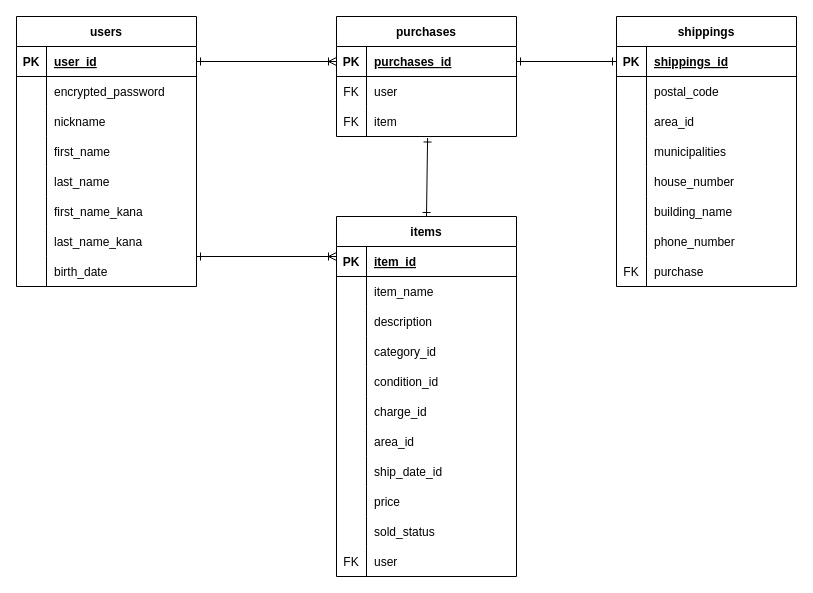
Earlier version of the draw.io diagram DB.dio (okazawayu/furima-38066). Source tidied: cells renumbered, new cells numbered last; positions are measured from the earlier drawing's top-left corner, leaving out a move shared by most shapes. Both pictures are drawn from the tidied source at 100%, with x=0, y=0 at pixel (16, 16).
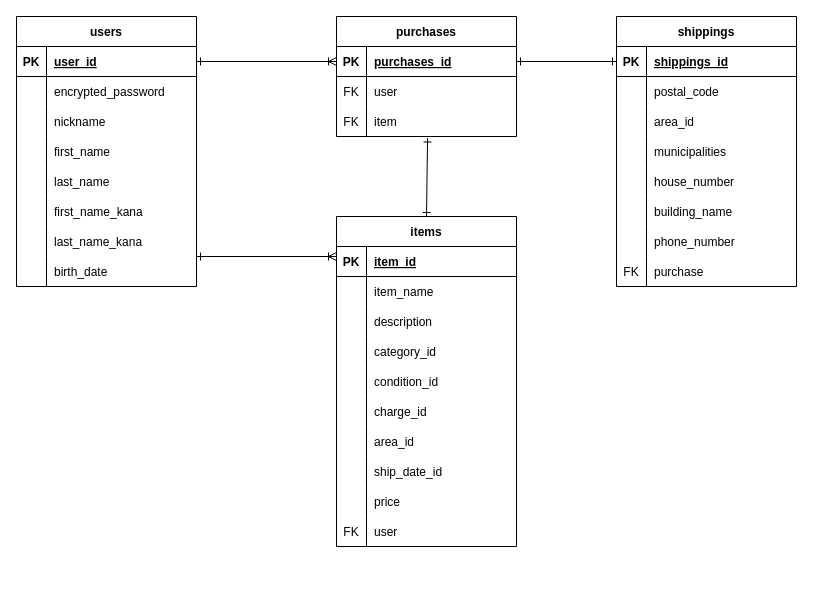
The same diagram, later.

The edit, as a diff of the source:
```diff
@@
     <mxCell id="12" value="items" style="shape=table;startSize=30;childLayout=tableLayout;rowLines=0;fontStyle=1;align=center;" parent="1" vertex="1">
-      <mxGeometry x="320" y="200" width="180" height="360" as="geometry" />
+      <mxGeometry x="320" y="200" width="180" height="330" as="geometry" />
     </mxCell>
@@
-    <mxCell id="40" style="shape=partialRectangle;fillColor=none;top=0;left=0;bottom=0;right=0;" parent="12" vertex="1">
-      <mxGeometry y="300" width="180" height="30" as="geometry" />
-    </mxCell>
-    <mxCell id="41" style="shape=partialRectangle;fillColor=none;top=0;left=0;bottom=0;right=0;overflow=hidden;" parent="40" vertex="1">
-      <mxGeometry width="30" height="30" as="geometry" />
-    </mxCell>
-    <mxCell id="42" value="sold_status" style="shape=partialRectangle;fillColor=none;top=0;left=0;bottom=0;right=0;align=left;spacingLeft=6;overflow=hidden;" parent="40" vertex="1">
-      <mxGeometry x="30" width="150" height="30" as="geometry" />
-    </mxCell>
     <mxCell id="43" style="shape=partialRectangle;fillColor=none;top=0;left=0;bottom=0;right=0;" parent="12" vertex="1">
-      <mxGeometry y="330" width="180" height="30" as="geometry" />
+      <mxGeometry y="300" width="180" height="30" as="geometry" />
     </mxCell>
```
